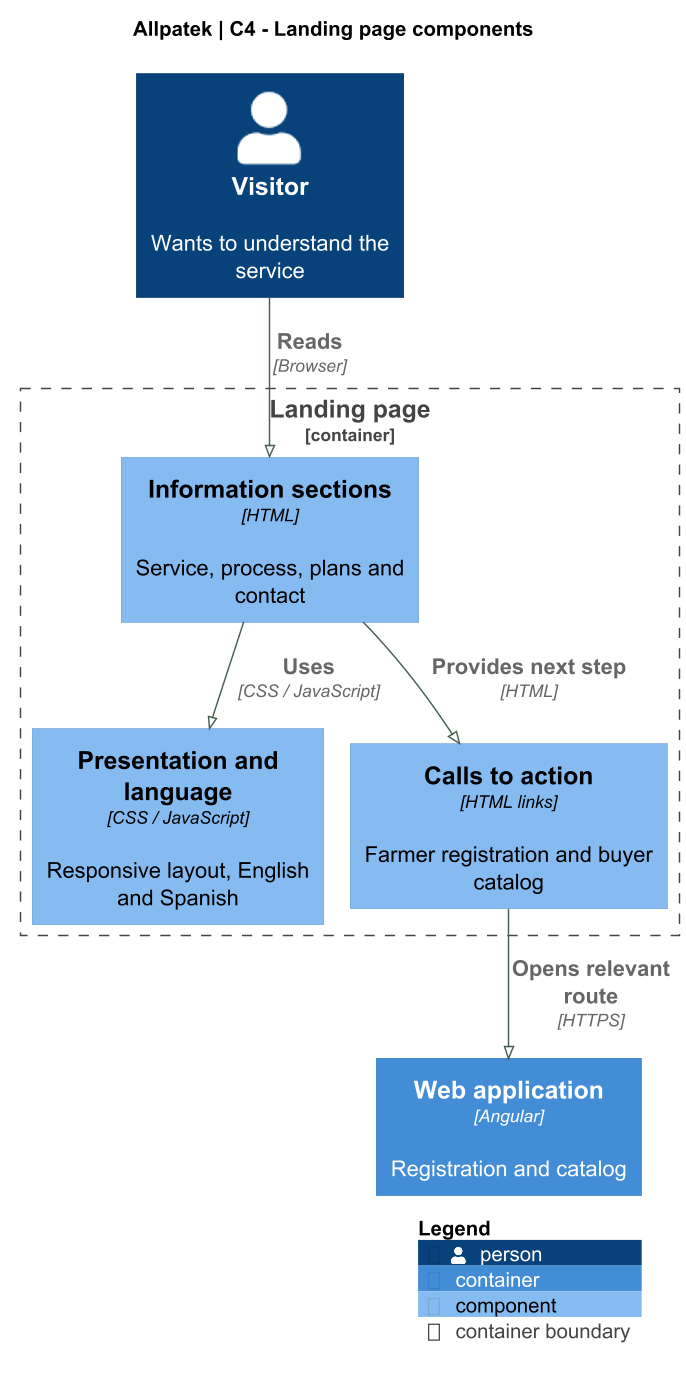
Earlier version of the PlantUML export assets/chapter-04/architecture/06-landing-components.png (upc-pre-202620-1asi0729-7753-Terranova/allpatek-report).
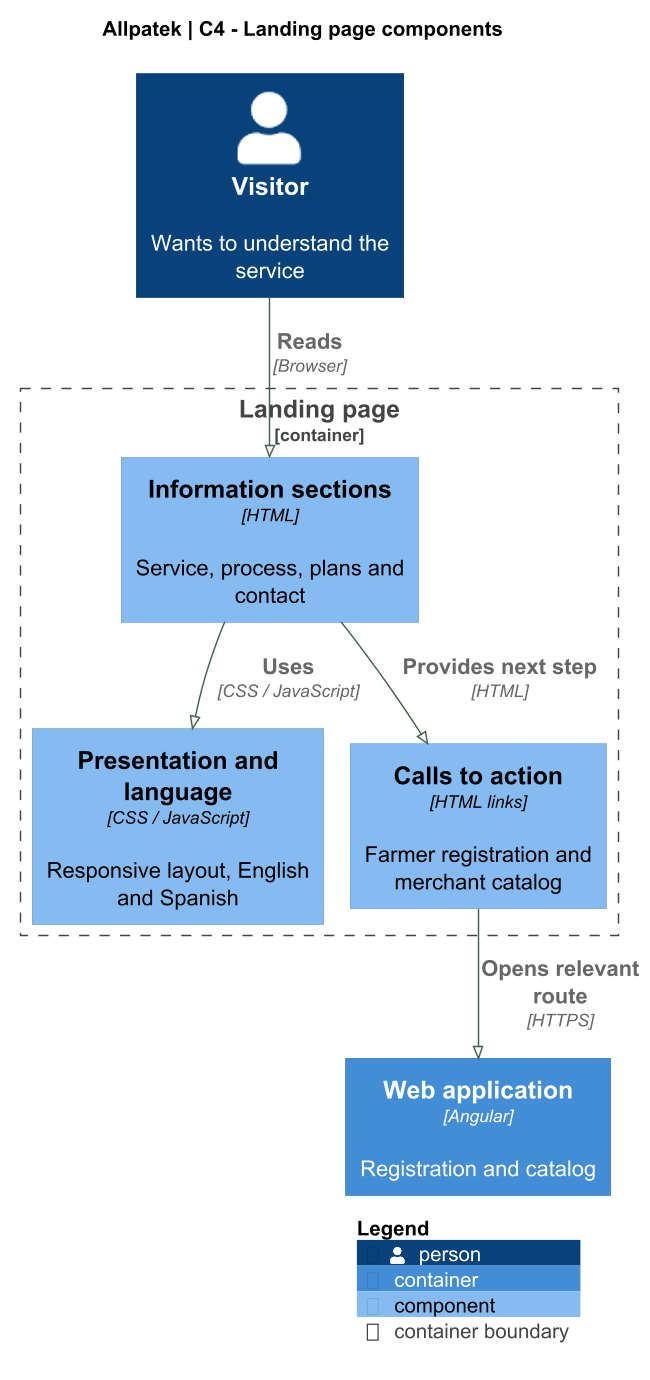
Later version of the same file.

The edit, as a diff of the source:
```diff
@@ -15,7 +15,7 @@
 Container_Boundary(landing,"Landing page") {
  Component(sections,"Information sections","HTML","Service, process, plans and contact")
  Component(style,"Presentation and language","CSS / JavaScript","Responsive layout, English and Spanish")
- Component(links,"Calls to action","HTML links","Farmer registration and buyer catalog")
+ Component(links,"Calls to action","HTML links","Farmer registration and merchant catalog")
 }
 Container(web,"Web application","Angular","Registration and catalog")
 Rel(visitor,sections,"Reads", "Browser")
```
